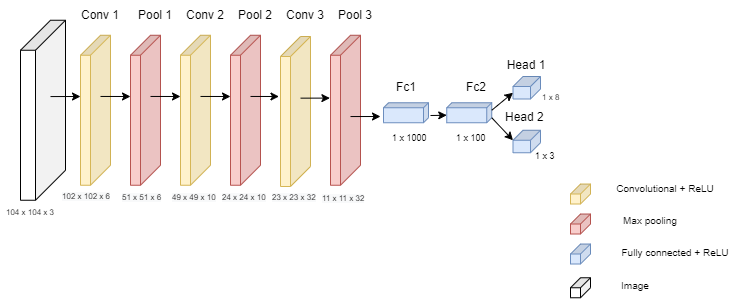
The draw.io diagram 3 layer Conv Multitask (Age + Gender Classifier).png in akmeraki/Neural-Network-Architecure-Diagrams, before a commit. Source tidied: cells renumbered, new cells last; positions are measured from the earlier drawing's top-left corner, leaving out a move shared by most shapes.
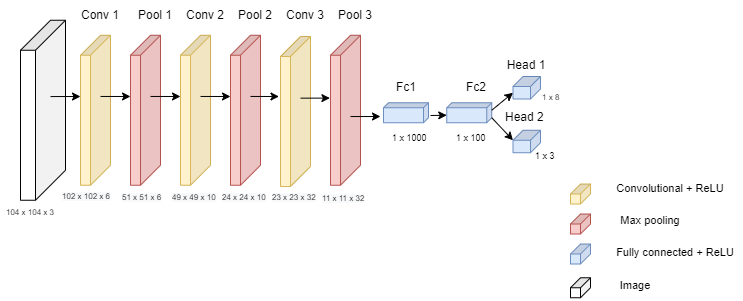
After the change.

Commit message:
Update 6 layer Conv Multitask (Age + Gender Classifier).png

What changed in the source:
```diff
@@ -71,13 +71,13 @@
     <mxCell id="24" style="endArrow=classic;html=1;rounded=0;exitX=0;exitY=0;exitDx=15;exitDy=0;exitPerimeter=0;entryX=0;entryY=0;entryDx=10;entryDy=27.5;entryPerimeter=0;" parent="1" edge="1" source="19" target="20">
       <mxGeometry relative="1" as="geometry" />
     </mxCell>
-    <mxCell id="25" value="&lt;font style=&quot;font-size: 10px&quot;&gt;Convolutional + ReLU&lt;/font&gt;" style="text;html=1;strokeColor=none;fillColor=none;align=center;verticalAlign=middle;whiteSpace=wrap;rounded=0;shadow=0;sketch=0;strokeWidth=5;" parent="1" vertex="1">
-      <mxGeometry x="610" y="174.1" width="110" height="27.5" as="geometry" />
+    <mxCell id="25" value="&lt;font style=&quot;font-size: 11px&quot;&gt;Convolutional + ReLU&lt;/font&gt;" style="text;html=1;strokeColor=none;fillColor=none;align=center;verticalAlign=middle;whiteSpace=wrap;rounded=0;shadow=0;sketch=0;strokeWidth=5;" parent="1" vertex="1">
+      <mxGeometry x="610" y="174.1" width="120" height="27.5" as="geometry" />
     </mxCell>
-    <mxCell id="26" value="&lt;font size=&quot;1&quot;&gt;Max pooling&lt;/font&gt;" style="text;html=1;strokeColor=none;fillColor=none;align=center;verticalAlign=middle;whiteSpace=wrap;rounded=0;shadow=0;sketch=0;strokeWidth=5;" parent="1" vertex="1">
+    <mxCell id="26" value="&lt;font style=&quot;font-size: 11px&quot;&gt;Max pooling&lt;/font&gt;" style="text;html=1;strokeColor=none;fillColor=none;align=center;verticalAlign=middle;whiteSpace=wrap;rounded=0;shadow=0;sketch=0;strokeWidth=5;" parent="1" vertex="1">
       <mxGeometry x="600" y="206.6" width="100" height="27.5" as="geometry" />
     </mxCell>
-    <mxCell id="27" value="&lt;font size=&quot;1&quot;&gt;Fully connected + ReLU&lt;/font&gt;" style="text;html=1;strokeColor=none;fillColor=none;align=center;verticalAlign=middle;whiteSpace=wrap;rounded=0;shadow=0;sketch=0;strokeWidth=5;" parent="1" vertex="1">
+    <mxCell id="27" value="&lt;font style=&quot;font-size: 11px&quot;&gt;Fully connected + ReLU&lt;/font&gt;" style="text;html=1;strokeColor=none;fillColor=none;align=center;verticalAlign=middle;whiteSpace=wrap;rounded=0;shadow=0;sketch=0;strokeWidth=5;" parent="1" vertex="1">
       <mxGeometry x="610" y="237.9" width="130" height="27.5" as="geometry" />
     </mxCell>
     <mxCell id="28" style="shape=cube;whiteSpace=wrap;html=1;boundedLbl=1;backgroundOutline=1;darkOpacity=0.05;darkOpacity2=0.1;shadow=0;sketch=0;size=30;direction=south;" parent="1" vertex="1">
@@ -86,7 +86,7 @@
     <mxCell id="29" style="shape=cube;whiteSpace=wrap;html=1;boundedLbl=1;backgroundOutline=1;darkOpacity=0.05;darkOpacity2=0.1;shadow=0;sketch=0;size=10;direction=south;" parent="1" vertex="1">
       <mxGeometry x="570" y="277.3" width="20" height="20" as="geometry" />
     </mxCell>
-    <mxCell id="30" value="&lt;font size=&quot;1&quot;&gt;Image&lt;/font&gt;" style="text;html=1;strokeColor=none;fillColor=none;align=center;verticalAlign=middle;whiteSpace=wrap;rounded=0;shadow=0;sketch=0;strokeWidth=5;" parent="1" vertex="1">
+    <mxCell id="30" value="&lt;font style=&quot;font-size: 11px&quot;&gt;Image&lt;/font&gt;" style="text;html=1;strokeColor=none;fillColor=none;align=center;verticalAlign=middle;whiteSpace=wrap;rounded=0;shadow=0;sketch=0;strokeWidth=5;" parent="1" vertex="1">
       <mxGeometry x="590" y="273.5" width="90" height="23.8" as="geometry" />
     </mxCell>
     <mxCell id="31" value="&lt;font style=&quot;font-size: 8px&quot;&gt;104 x 104 x 3&lt;/font&gt;" style="text;html=1;strokeColor=none;fillColor=none;align=center;verticalAlign=middle;whiteSpace=wrap;rounded=0;shadow=0;sketch=0;fontSize=10;" parent="1" vertex="1">
```
